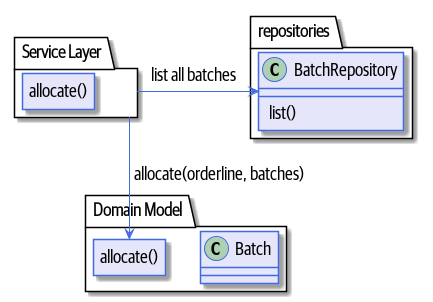
The PlantUML diagram images/before_aggregates_diagram.png in cosmicpython/book, before a commit.
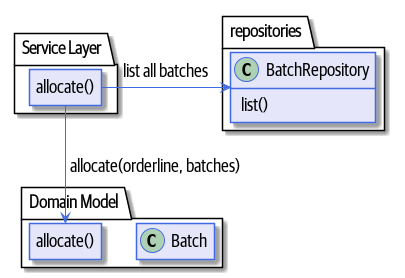
Above is the later version.

The edit, as a diff of the source:
```diff
@@ -49,13 +49,15 @@
 }
 skinparam padding 4
 
+hide empty members
+
 package "Service Layer" as services {
     class "allocate()" as allocate {
     }
+    hide allocate circle
+    hide allocate members
 }
 
-hide allocate circle
-hide allocate members
 
 
 package "Domain Model" as domain_model {
@@ -78,7 +80,7 @@
 
 }
 
-services -> BatchRepository: list all batches
-services --> allocate_domain_service: allocate(orderline, batches)
+allocate -> BatchRepository: list all batches
+allocate --> allocate_domain_service: allocate(orderline, batches)
 
 @enduml
```
